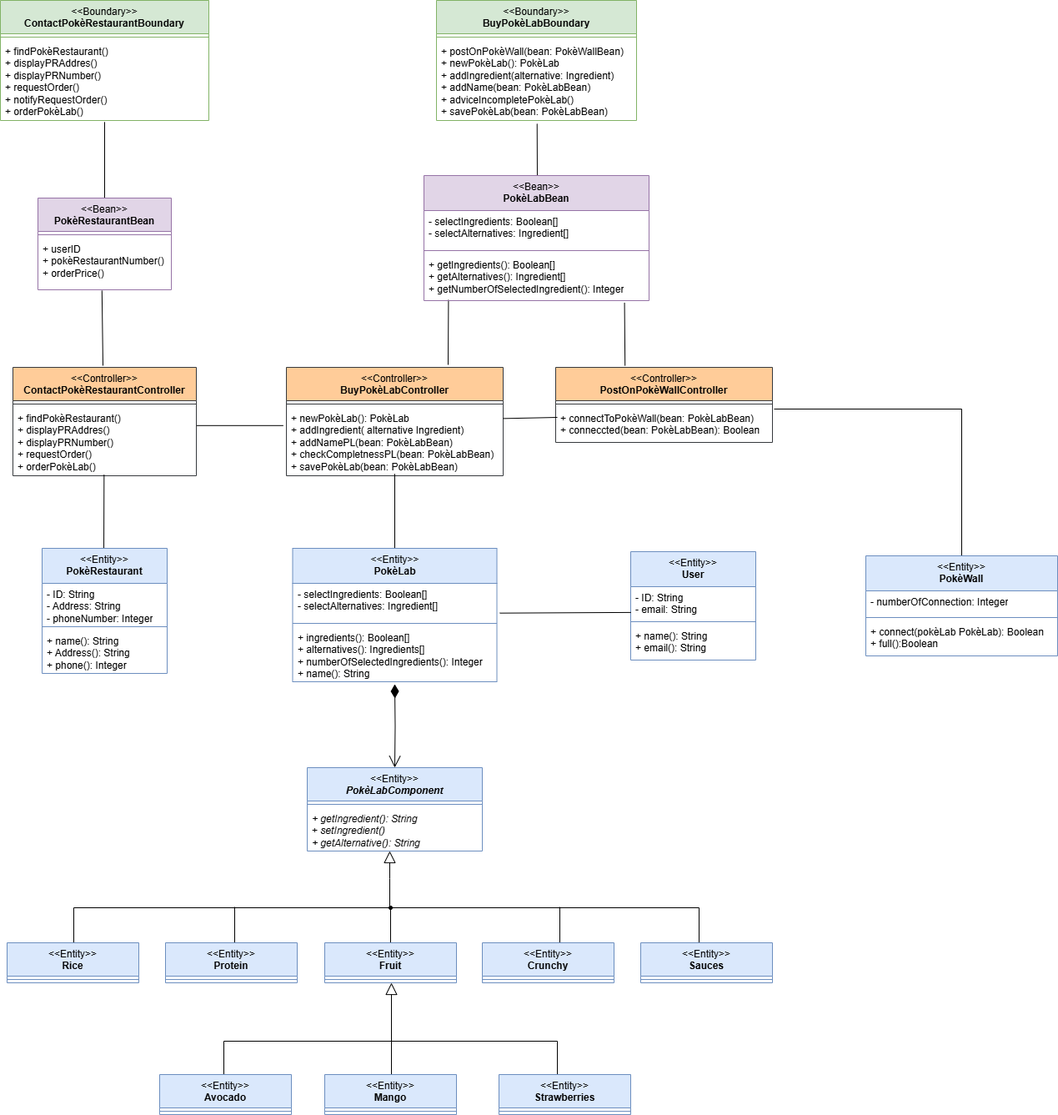
The draw.io diagram diagrams/BCE.drawio.png in matteopinfildi/ISPW-Project, before a commit. Source tidied: cells renumbered, new cells last; positions are measured from the earlier drawing's top-left corner, leaving out a move shared by most shapes.
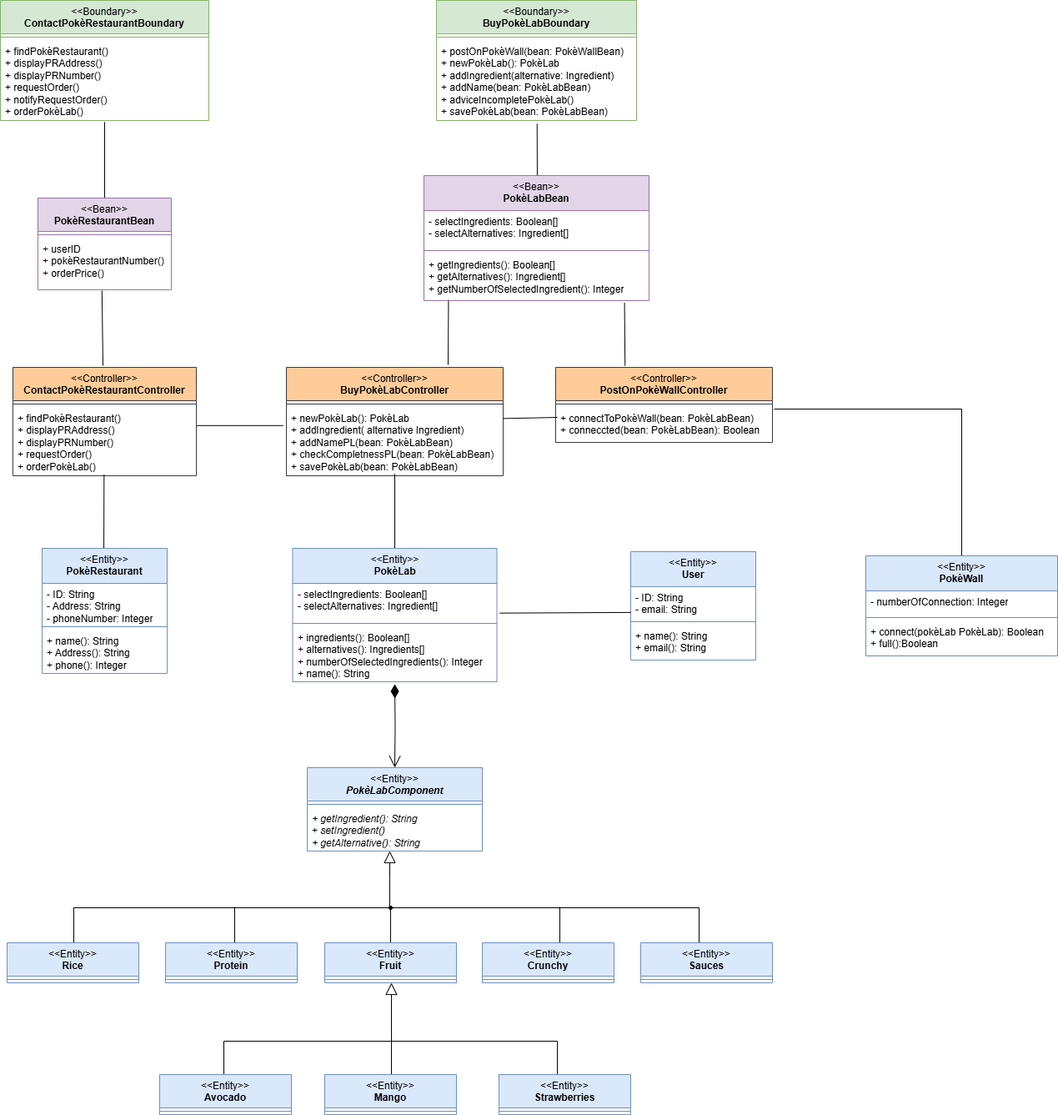
The same diagram one commit later.

What changed in the source:
```diff
@@ -8,7 +8,7 @@
     <mxCell id="3" style="line;strokeWidth=1;fillColor=none;align=left;verticalAlign=middle;spacingTop=-1;spacingLeft=3;spacingRight=3;labelPosition=right;strokeColor=inherit;" parent="2" vertex="1">
       <mxGeometry y="40" width="250" height="8" as="geometry" />
     </mxCell>
-    <mxCell id="4" value="+ findPokèRestaurant()&lt;div&gt;+ displayPRAddres()&lt;/div&gt;&lt;div&gt;+ displayPRNumber()&lt;/div&gt;&lt;div&gt;+ requestOrder()&lt;/div&gt;&lt;div&gt;+ notifyRequestOrder()&lt;/div&gt;&lt;div&gt;+ orderPokèLab()&lt;/div&gt;" style="text;strokeColor=none;fillColor=none;align=left;verticalAlign=top;spacingLeft=4;spacingRight=4;overflow=hidden;points=[[0,0.5],[1,0.5]];portConstraint=eastwest;whiteSpace=wrap;html=1;" parent="2" vertex="1">
+    <mxCell id="4" value="+ findPokèRestaurant()&lt;div&gt;+ displayPRAddress()&lt;/div&gt;&lt;div&gt;+ displayPRNumber()&lt;/div&gt;&lt;div&gt;+ requestOrder()&lt;/div&gt;&lt;div&gt;+ notifyRequestOrder()&lt;/div&gt;&lt;div&gt;+ orderPokèLab()&lt;/div&gt;" style="text;strokeColor=none;fillColor=none;align=left;verticalAlign=top;spacingLeft=4;spacingRight=4;overflow=hidden;points=[[0,0.5],[1,0.5]];portConstraint=eastwest;whiteSpace=wrap;html=1;" parent="2" vertex="1">
       <mxGeometry y="48" width="250" height="96" as="geometry" />
     </mxCell>
     <mxCell id="5" value="&lt;div&gt;&lt;span style=&quot;font-weight: normal;&quot;&gt;&amp;lt;&amp;lt;Boundary&amp;gt;&amp;gt;&lt;/span&gt;&lt;/div&gt;BuyPokèLabBoundary" style="swimlane;fontStyle=1;align=center;verticalAlign=top;horizontal=1;startSize=40;whiteSpace=wrap;html=1;fillColor=#d5e8d4;strokeColor=#82b366;" parent="1" vertex="1">
@@ -53,7 +53,7 @@
     <mxCell id="16" style="line;strokeWidth=1;fillColor=none;align=left;verticalAlign=middle;spacingTop=-1;spacingLeft=3;spacingRight=3;labelPosition=right;strokeColor=inherit;" parent="15" vertex="1">
       <mxGeometry y="40" width="220" height="8" as="geometry" />
     </mxCell>
-    <mxCell id="17" value="+ findPokèRestaurant()&lt;div&gt;+ displayPRAddres()&lt;/div&gt;&lt;div&gt;+ displayPRNumber()&lt;/div&gt;&lt;div&gt;+ requestOrder()&lt;/div&gt;&lt;div&gt;+ orderPokèLab()&lt;/div&gt;" style="text;strokeColor=none;fillColor=none;align=left;verticalAlign=top;spacingLeft=4;spacingRight=4;overflow=hidden;points=[[0,0.5],[1,0.5]];portConstraint=eastwest;whiteSpace=wrap;html=1;" parent="15" vertex="1">
+    <mxCell id="17" value="+ findPokèRestaurant()&lt;div&gt;+ displayPRAddress()&lt;/div&gt;&lt;div&gt;+ displayPRNumber()&lt;/div&gt;&lt;div&gt;+ requestOrder()&lt;/div&gt;&lt;div&gt;+ orderPokèLab()&lt;/div&gt;" style="text;strokeColor=none;fillColor=none;align=left;verticalAlign=top;spacingLeft=4;spacingRight=4;overflow=hidden;points=[[0,0.5],[1,0.5]];portConstraint=eastwest;whiteSpace=wrap;html=1;" parent="15" vertex="1">
       <mxGeometry y="48" width="220" height="82" as="geometry" />
     </mxCell>
     <mxCell id="18" value="&lt;div&gt;&lt;span style=&quot;font-weight: normal;&quot;&gt;&amp;lt;&amp;lt;Controller&amp;gt;&amp;gt;&lt;/span&gt;&lt;/div&gt;BuyPokèLabController" style="swimlane;fontStyle=1;align=center;verticalAlign=top;horizontal=1;startSize=40;whiteSpace=wrap;html=1;fillColor=#ffcc99;strokeColor=#36393d;" parent="1" vertex="1">
```
